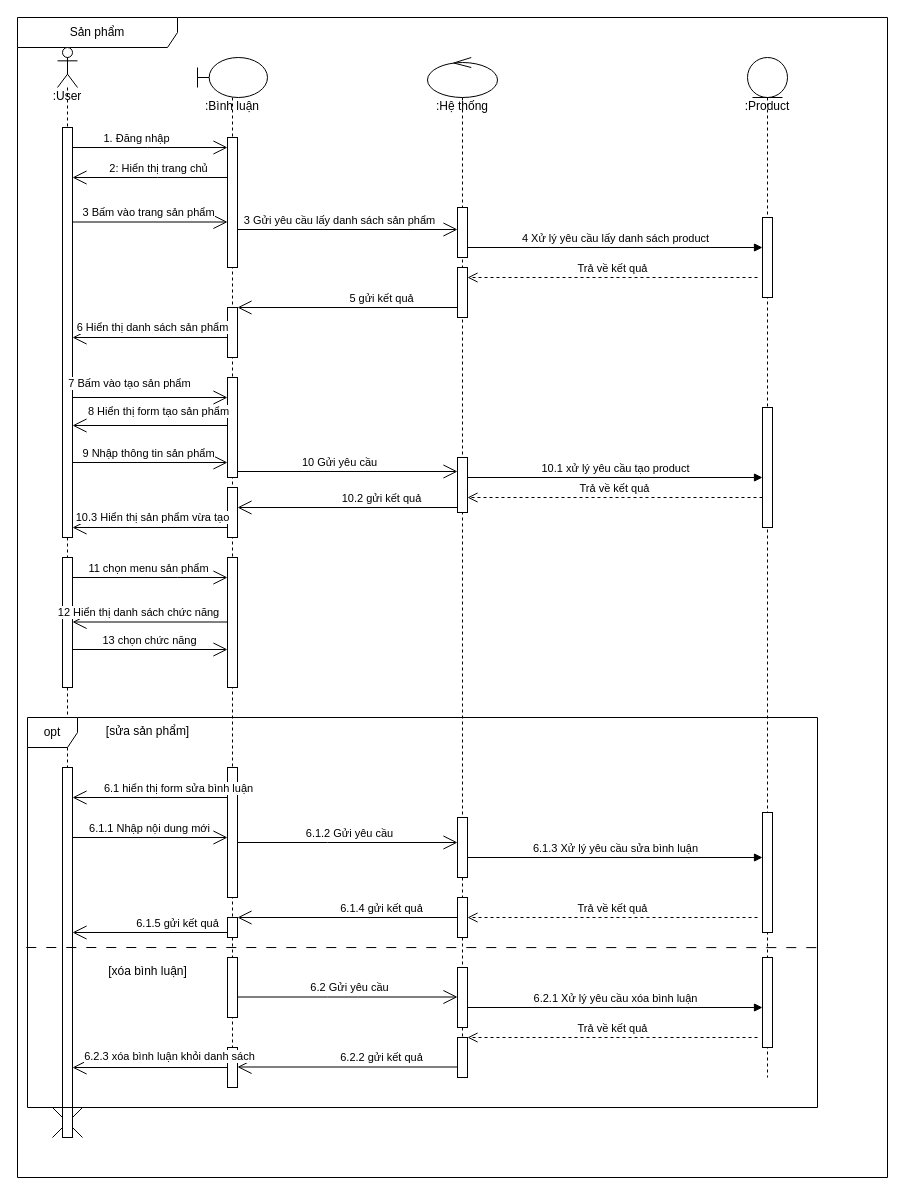
Before: page "Page-6" (6 of 10) of BlogProject/BlogProject/DangKySequence.drawio in TranThanhHoang123/Blog, a draw.io diagram. Source tidied: cells renumbered, new cells numbered last; positions are measured from the earlier drawing's top-left corner, leaving out a move shared by most shapes. Both pictures are drawn from the tidied source at 100%, with x=0, y=0 at pixel (17, 17).
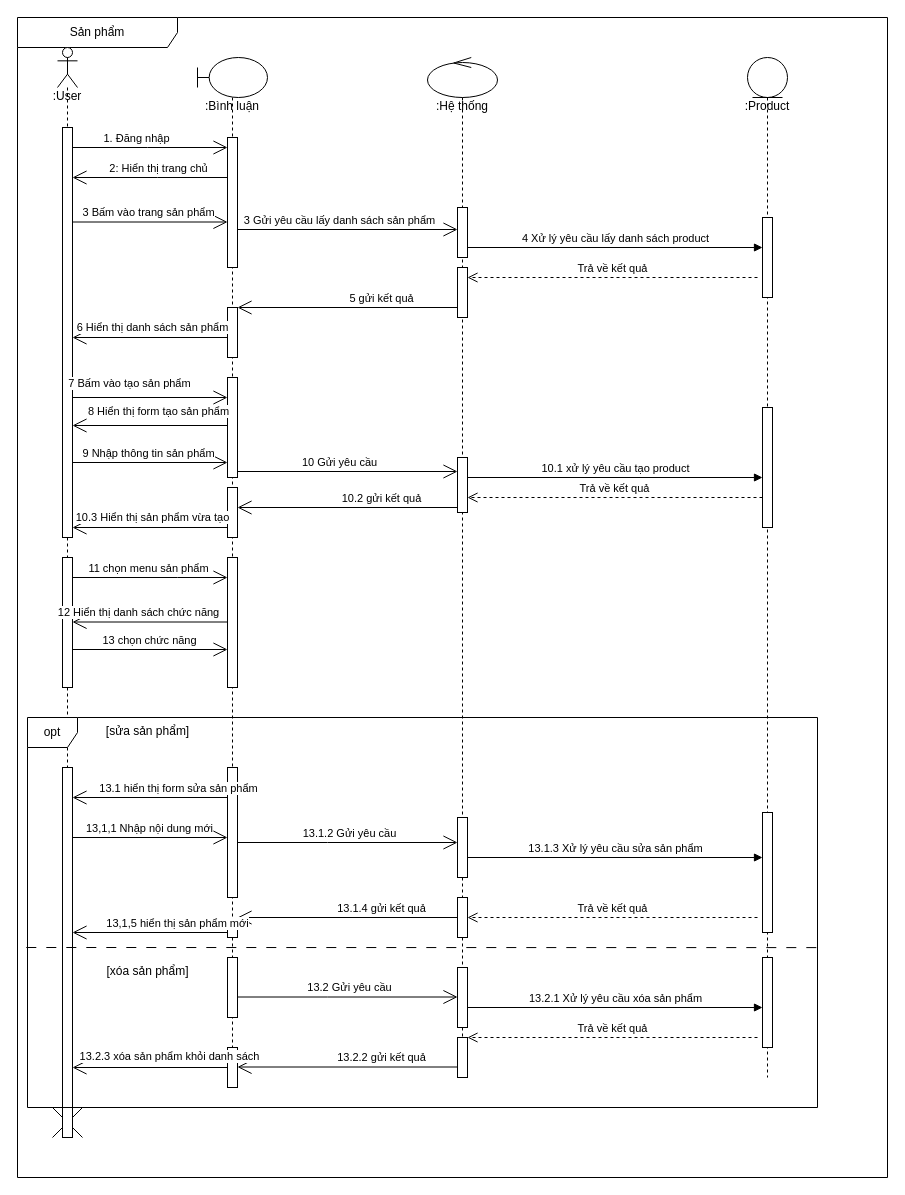
After the change.

The change refers to these unchanged cells:
```xml
<mxCell id="33" value="opt" style="shape=umlFrame;whiteSpace=wrap;html=1;width=50;" parent="2" vertex="1">
  <mxGeometry x="10" y="700" width="790" height="390" as="geometry" />
</mxCell>
<mxCell id="38" style="endArrow=open;endFill=1;endSize=12;html=1;rounded=0;" parent="33" edge="1">
  <mxGeometry relative="1" as="geometry">
    <mxPoint x="200" y="80" as="sourcePoint" />
    <mxPoint x="45" y="80" as="targetPoint" />
  </mxGeometry>
</mxCell>
<mxCell id="40" style="endArrow=open;endFill=1;endSize=12;html=1;rounded=0;" parent="33" edge="1">
  <mxGeometry relative="1" as="geometry">
    <mxPoint x="45" y="120" as="sourcePoint" />
    <mxPoint x="200" y="120" as="targetPoint" />
  </mxGeometry>
</mxCell>
<mxCell id="45" style="endArrow=open;endFill=1;endSize=12;html=1;rounded=0;" parent="33" edge="1">
  <mxGeometry relative="1" as="geometry">
    <mxPoint x="430" y="200" as="sourcePoint" />
    <mxPoint x="210" y="200" as="targetPoint" />
  </mxGeometry>
</mxCell>
<mxCell id="50" style="endArrow=open;endFill=1;endSize=12;html=1;rounded=0;" parent="33" edge="1">
  <mxGeometry relative="1" as="geometry">
    <mxPoint x="210" y="279.5" as="sourcePoint" />
    <mxPoint x="430" y="279.5" as="targetPoint" />
    <Array as="points">
      <mxPoint x="300" y="279.5" />
    </Array>
  </mxGeometry>
</mxCell>
<mxCell id="56" style="endArrow=open;endFill=1;endSize=12;html=1;rounded=0;" parent="33" edge="1">
  <mxGeometry relative="1" as="geometry">
    <mxPoint x="430" y="349.5" as="sourcePoint" />
    <mxPoint x="210" y="349.5" as="targetPoint" />
  </mxGeometry>
</mxCell>
<mxCell id="64" style="endArrow=open;endFill=1;endSize=12;html=1;rounded=0;" parent="2" edge="1" source="37" target="14">
  <mxGeometry relative="1" as="geometry">
    <Array as="points">
      <mxPoint x="310" y="825" />
    </Array>
  </mxGeometry>
</mxCell>
<mxCell id="66" style="endArrow=open;endFill=1;endSize=12;html=1;rounded=0;exitX=0;exitY=1;exitDx=0;exitDy=-5;exitPerimeter=0;" parent="2" edge="1" source="47" target="7">
  <mxGeometry relative="1" as="geometry" />
</mxCell>
<mxCell id="68" style="endArrow=open;endFill=1;endSize=12;html=1;rounded=0;" parent="2" edge="1" source="55" target="7">
  <mxGeometry relative="1" as="geometry" />
</mxCell>
```

Diff of the diagram source:
```diff
@@
-    <mxCell id="35" value="[xóa bình luận]" style="text;align=center;html=1;" parent="33" vertex="1">
+    <mxCell id="35" value="[xóa sản phẩm]" style="text;align=center;html=1;" parent="33" vertex="1">
       <mxGeometry x="70" y="240" width="100" height="30" as="geometry" />
     </mxCell>
@@
-    <mxCell id="39" value="6.1 hiển thị form sửa bình luận" style="edgeLabel;html=1;align=center;verticalAlign=middle;" parent="38" vertex="1">
+    <mxCell id="39" value="13.1 hiển thị form sửa sản phẩm" style="edgeLabel;html=1;align=center;verticalAlign=middle;" parent="38" vertex="1">
       <mxGeometry x="-0.19" relative="1" as="geometry">
         <mxPoint x="13" y="-10" as="offset" />
       </mxGeometry>
     </mxCell>
@@
-    <mxCell id="41" value="6.1.1 Nhập nội dung mới" style="edgeLabel;html=1;align=center;verticalAlign=middle;" parent="40" vertex="1">
+    <mxCell id="41" value="13,1,1 Nhập nội dung mới" style="edgeLabel;html=1;align=center;verticalAlign=middle;" parent="40" vertex="1">
       <mxGeometry x="-0.19" relative="1" as="geometry">
         <mxPoint x="13" y="-10" as="offset" />
       </mxGeometry>
     </mxCell>
-    <mxCell id="42" value="6.1.3 Xử lý yêu cầu sửa bình luận" style="html=1;verticalAlign=bottom;endArrow=block;curved=0;rounded=0;" parent="33" edge="1">
+    <mxCell id="42" value="13.1.3 Xử lý yêu cầu sửa sản phẩm" style="html=1;verticalAlign=bottom;endArrow=block;curved=0;rounded=0;" parent="33" edge="1">
       <mxGeometry relative="1" as="geometry">
         <mxPoint x="440" y="140" as="sourcePoint" />
         <mxPoint x="735" y="140" as="targetPoint" />
       </mxGeometry>
     </mxCell>
@@
-    <mxCell id="46" value="6.1.4 gửi kết quả" style="edgeLabel;html=1;align=center;verticalAlign=middle;" parent="45" vertex="1">
+    <mxCell id="46" value="13.1.4 gửi kết quả" style="edgeLabel;html=1;align=center;verticalAlign=middle;" parent="45" vertex="1">
       <mxGeometry x="-0.19" relative="1" as="geometry">
         <mxPoint x="12" y="-10" as="offset" />
       </mxGeometry>
     </mxCell>
@@
-    <mxCell id="51" value="6.2 Gửi yêu cầu" style="edgeLabel;html=1;align=center;verticalAlign=middle;" parent="50" vertex="1">
+    <mxCell id="51" value="13.2 Gửi yêu cầu" style="edgeLabel;html=1;align=center;verticalAlign=middle;" parent="50" vertex="1">
       <mxGeometry x="-0.19" relative="1" as="geometry">
         <mxPoint x="22" y="-10" as="offset" />
       </mxGeometry>
     </mxCell>
-    <mxCell id="52" value="6.2.1 Xử lý yêu cầu xóa bình luận" style="html=1;verticalAlign=bottom;endArrow=block;curved=0;rounded=0;" parent="33" edge="1">
+    <mxCell id="52" value="13.2.1 Xử lý yêu cầu xóa sản phẩm" style="html=1;verticalAlign=bottom;endArrow=block;curved=0;rounded=0;" parent="33" edge="1">
       <mxGeometry relative="1" as="geometry">
         <mxPoint x="440" y="290" as="sourcePoint" />
         <mxPoint x="735" y="290" as="targetPoint" />
       </mxGeometry>
     </mxCell>
@@
-    <mxCell id="57" value="6.2.2 gửi kết quả" style="edgeLabel;html=1;align=center;verticalAlign=middle;" parent="56" vertex="1">
+    <mxCell id="57" value="13.2.2 gửi kết quả" style="edgeLabel;html=1;align=center;verticalAlign=middle;" parent="56" vertex="1">
       <mxGeometry x="-0.19" relative="1" as="geometry">
         <mxPoint x="12" y="-10" as="offset" />
       </mxGeometry>
     </mxCell>
@@
-    <mxCell id="65" value="6.1.2 Gửi yêu cầu" style="edgeLabel;html=1;align=center;verticalAlign=middle;" parent="64" vertex="1">
+    <mxCell id="65" value="13.1.2 Gửi yêu cầu" style="edgeLabel;html=1;align=center;verticalAlign=middle;" parent="64" vertex="1">
       <mxGeometry x="-0.19" relative="1" as="geometry">
         <mxPoint x="22" y="-10" as="offset" />
       </mxGeometry>
     </mxCell>
@@
-    <mxCell id="67" value="6.1.5 gửi kết quả" style="edgeLabel;html=1;align=center;verticalAlign=middle;" parent="66" vertex="1">
+    <mxCell id="67" value="13,1,5 hiển thị sản phẩm mới" style="edgeLabel;html=1;align=center;verticalAlign=middle;" parent="66" vertex="1">
       <mxGeometry x="-0.19" relative="1" as="geometry">
         <mxPoint x="12" y="-10" as="offset" />
       </mxGeometry>
     </mxCell>
@@
-    <mxCell id="69" value="6.2.3 xóa bình luận khỏi danh sách" style="edgeLabel;html=1;align=center;verticalAlign=middle;" parent="68" vertex="1">
+    <mxCell id="69" value="13.2.3 xóa sản phẩm khỏi danh sách" style="edgeLabel;html=1;align=center;verticalAlign=middle;" parent="68" vertex="1">
       <mxGeometry x="-0.19" relative="1" as="geometry">
         <mxPoint x="4" y="-12" as="offset" />
       </mxGeometry>
     </mxCell>
```
